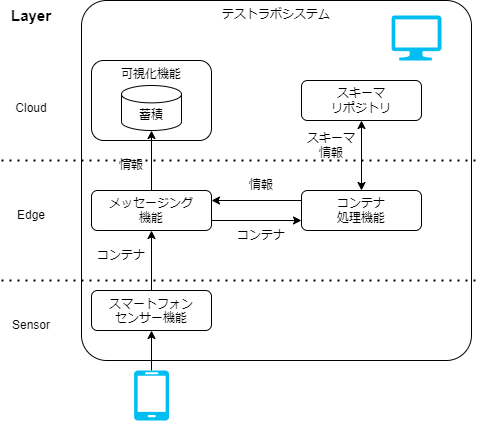
Above: docs/testlab_system/environment/overview_on_pc.drawio.png in data-container-for-wearable-sensor/StartGuide (draw.io), before the change. Source tidied: cells renumbered, new cells last; positions are measured from the earlier drawing's top-left corner, leaving out a move shared by most shapes.
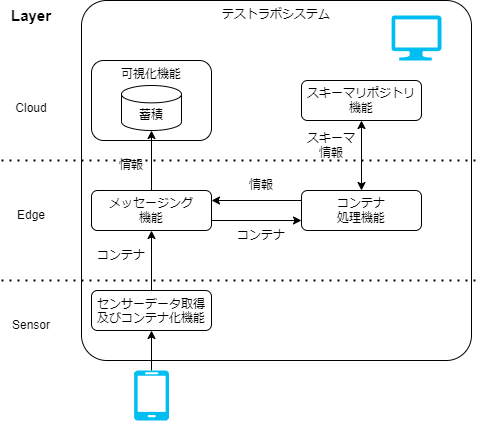
After the change.

Diff of the diagram source:
```diff
@@ -8,7 +8,7 @@
     <mxCell id="3" style="edgeStyle=none;html=1;" parent="1" edge="1" source="4" target="6">
       <mxGeometry relative="1" as="geometry" />
     </mxCell>
-    <mxCell id="4" value="&lt;span style=&quot;border-color: var(--border-color);&quot;&gt;スマートフォン&lt;/span&gt;&lt;br style=&quot;border-color: var(--border-color);&quot;&gt;&lt;span style=&quot;border-color: var(--border-color);&quot;&gt;センサー機能&lt;/span&gt;" style="rounded=1;whiteSpace=wrap;html=1;fillColor=none;verticalAlign=top;" parent="1" vertex="1">
+    <mxCell id="4" value="センサーデータ取得及びコンテナ化機能" style="rounded=1;whiteSpace=wrap;html=1;fillColor=none;verticalAlign=top;" parent="1" vertex="1">
       <mxGeometry x="90" y="290" width="120" height="40" as="geometry" />
     </mxCell>
     <mxCell id="5" style="edgeStyle=none;html=1;" parent="1" edge="1" source="6" target="13">
@@ -32,7 +32,7 @@
     <mxCell id="11" style="endArrow=classic;html=1;exitX=0;exitY=0.25;exitDx=0;exitDy=0;entryX=1;entryY=0.25;entryDx=0;entryDy=0;" parent="1" edge="1" source="7" target="6">
       <mxGeometry relative="1" as="geometry" />
     </mxCell>
-    <mxCell id="12" value="スキーマ&lt;br&gt;リポジトリ" style="rounded=1;whiteSpace=wrap;html=1;fillColor=none;" parent="1" vertex="1">
+    <mxCell id="12" value="スキーマリポジトリ機能" style="rounded=1;whiteSpace=wrap;html=1;fillColor=none;" parent="1" vertex="1">
       <mxGeometry x="300" y="80" width="120" height="40" as="geometry" />
     </mxCell>
     <mxCell id="13" value="蓄積" style="shape=cylinder3;whiteSpace=wrap;html=1;boundedLbl=1;backgroundOutline=1;size=8.676963806152344;" parent="1" vertex="1">
```
